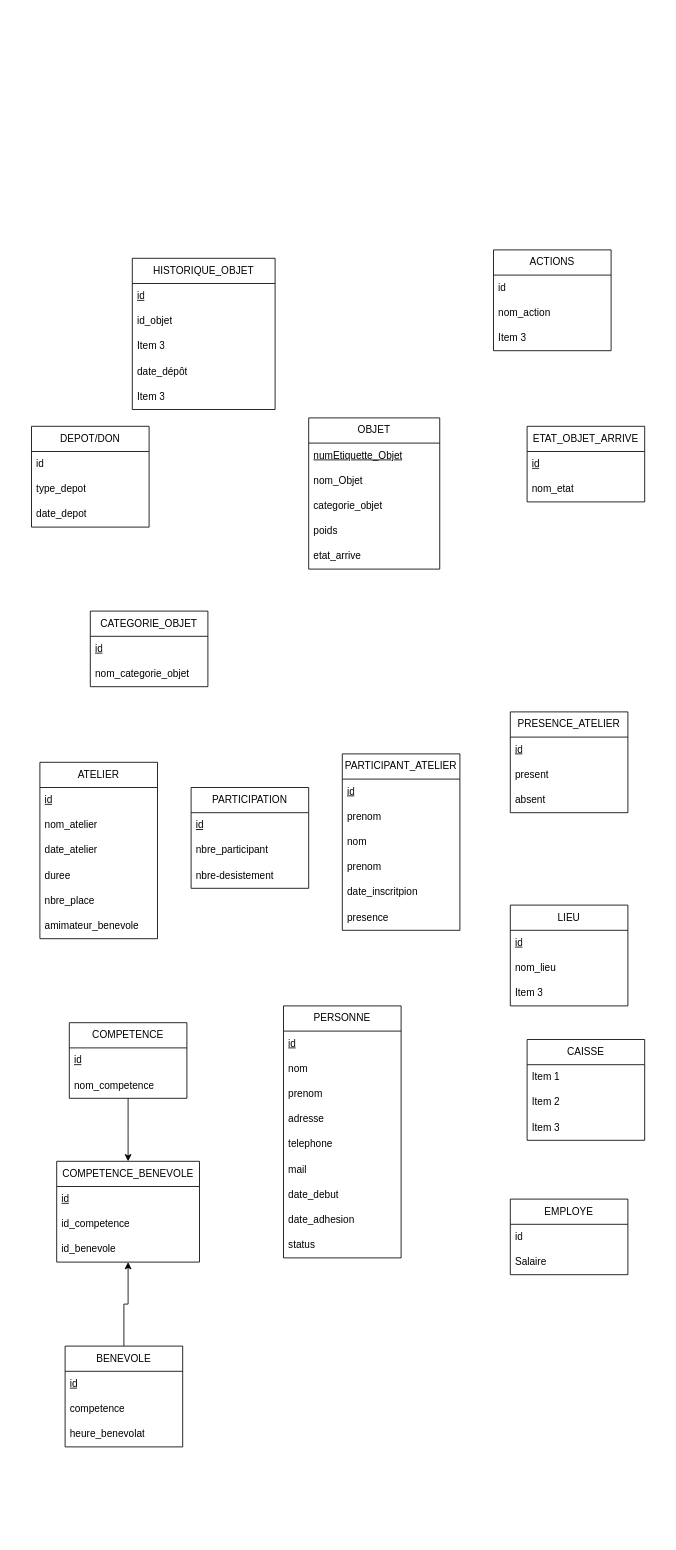
The draw.io diagram schema_EA_adatabase.drawio in gdiaby2403/repo1, before the edit. Source tidied: cells renumbered, new cells numbered last; positions are measured from the earlier drawing's top-left corner, leaving out a move shared by most shapes. Both pictures are drawn from the tidied source at 84%, with x=0, y=0 at pixel (31, 249).
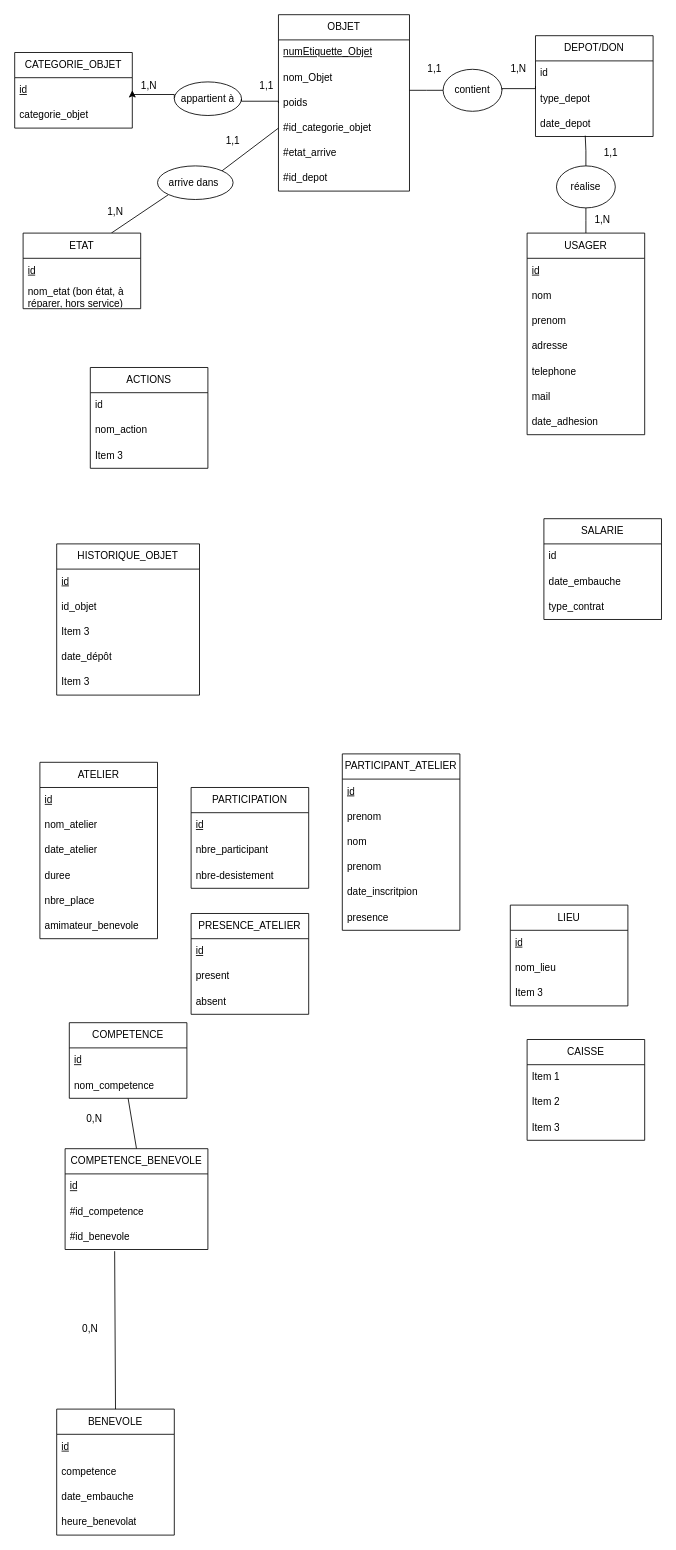
Above is the later version.

Commit message:
Mettre à jour schema_EA_adatabase.drawio

The change refers to these unchanged cells:
```xml
<mxCell id="25" value="&lt;u&gt;id&lt;/u&gt;" style="text;strokeColor=none;fillColor=none;align=left;verticalAlign=middle;spacingLeft=4;spacingRight=4;overflow=hidden;points=[[0,0.5],[1,0.5]];portConstraint=eastwest;whiteSpace=wrap;html=1;" parent="24" vertex="1">
  <mxGeometry y="30" width="140" height="30" as="geometry" />
</mxCell>
<mxCell id="41" value="COMPETENCE" style="swimlane;fontStyle=0;horizontal=1;startSize=30;whiteSpace=wrap;html=1;" parent="1" vertex="1">
  <mxGeometry x="45" y="920" width="140" height="90" as="geometry" />
</mxCell>
<mxCell id="47" value="date_depot" style="text;strokeColor=none;fillColor=none;align=left;verticalAlign=middle;spacingLeft=4;spacingRight=4;overflow=hidden;points=[[0,0.5],[1,0.5]];portConstraint=eastwest;whiteSpace=wrap;html=1;" parent="44" vertex="1">
  <mxGeometry y="90" width="140" height="30" as="geometry" />
</mxCell>
```

Change to the diagram source:
```diff
@@
+    <mxCell id="84" style="edgeStyle=elbowEdgeStyle;shape=wire;rounded=0;jettySize=auto;elbow=vertical;html=1;dashed=1;endArrow=none;endFill=0;" parent="1" edge="1" source="6" target="99">
+      <mxGeometry relative="1" as="geometry" />
+    </mxCell>
     <mxCell id="6" value="OBJET" style="swimlane;fontStyle=0;horizontal=1;startSize=30;whiteSpace=wrap;html=1;" parent="1" vertex="1">
-      <mxGeometry x="330" y="200" width="156" height="180" as="geometry" />
+      <mxGeometry x="294" y="-280" width="156" height="210" as="geometry" />
     </mxCell>
@@
+    <mxCell id="10" value="poids" style="text;strokeColor=none;fillColor=none;align=left;verticalAlign=middle;spacingLeft=4;spacingRight=4;overflow=hidden;points=[[0,0.5],[1,0.5]];portConstraint=eastwest;whiteSpace=wrap;html=1;" parent="6" vertex="1">
+      <mxGeometry y="90" width="156" height="30" as="geometry" />
+    </mxCell>
-    <mxCell id="9" value="categorie_objet" style="text;strokeColor=none;fillColor=none;align=left;verticalAlign=middle;spacingLeft=4;spacingRight=4;overflow=hidden;points=[[0,0.5],[1,0.5]];portConstraint=eastwest;whiteSpace=wrap;html=1;" parent="6" vertex="1">
-      <mxGeometry y="90" width="156" height="30" as="geometry" />
+    <mxCell id="9" value="#id_categorie_objet" style="text;strokeColor=none;fillColor=none;align=left;verticalAlign=middle;spacingLeft=4;spacingRight=4;overflow=hidden;points=[[0,0.5],[1,0.5]];portConstraint=eastwest;whiteSpace=wrap;html=1;" parent="6" vertex="1">
+      <mxGeometry y="120" width="156" height="30" as="geometry" />
     </mxCell>
-    <mxCell id="10" value="poids" style="text;strokeColor=none;fillColor=none;align=left;verticalAlign=middle;spacingLeft=4;spacingRight=4;overflow=hidden;points=[[0,0.5],[1,0.5]];portConstraint=eastwest;whiteSpace=wrap;html=1;" parent="6" vertex="1">
-      <mxGeometry y="120" width="156" height="30" as="geometry" />
-    </mxCell>
-    <mxCell id="11" value="etat_arrive" style="text;strokeColor=none;fillColor=none;align=left;verticalAlign=middle;spacingLeft=4;spacingRight=4;overflow=hidden;whiteSpace=wrap;html=1;" parent="6" vertex="1">
+    <mxCell id="11" value="#etat_arrive" style="text;strokeColor=none;fillColor=none;align=left;verticalAlign=middle;spacingLeft=4;spacingRight=4;overflow=hidden;whiteSpace=wrap;html=1;" parent="6" vertex="1">
       <mxGeometry y="150" width="156" height="30" as="geometry" />
     </mxCell>
+    <mxCell id="85" value="#id_depot" style="text;strokeColor=none;fillColor=none;align=left;verticalAlign=middle;spacingLeft=4;spacingRight=4;overflow=hidden;whiteSpace=wrap;html=1;" parent="6" vertex="1">
+      <mxGeometry y="180" width="156" height="30" as="geometry" />
+    </mxCell>
@@
-    <mxCell id="19" style="edgeStyle=elbowEdgeStyle;shape=wire;rounded=0;jettySize=auto;elbow=vertical;html=1;exitX=0.5;exitY=0;exitDx=0;exitDy=0;entryX=0.5;entryY=1;entryDx=0;entryDy=0;dashed=1;" parent="1" edge="1" source="20" target="80">
-      <mxGeometry relative="1" as="geometry" />
-    </mxCell>
     <mxCell id="20" value="BENEVOLE" style="swimlane;fontStyle=0;horizontal=1;startSize=30;whiteSpace=wrap;html=1;" parent="1" vertex="1">
-      <mxGeometry x="40" y="1305" width="140" height="120" as="geometry" />
+      <mxGeometry x="30" y="1380" width="140" height="150" as="geometry" />
     </mxCell>
@@
+    <mxCell id="86" value="date_embauche" style="text;strokeColor=none;fillColor=none;align=left;verticalAlign=middle;spacingLeft=4;spacingRight=4;overflow=hidden;whiteSpace=wrap;html=1;" parent="20" vertex="1">
+      <mxGeometry y="90" width="140" height="30" as="geometry" />
+    </mxCell>
     <mxCell id="23" value="heure_benevolat" style="text;strokeColor=none;fillColor=none;align=left;verticalAlign=middle;spacingLeft=4;spacingRight=4;overflow=hidden;whiteSpace=wrap;html=1;" parent="20" vertex="1">
-      <mxGeometry y="90" width="140" height="30" as="geometry" />
+      <mxGeometry y="120" width="140" height="30" as="geometry" />
     </mxCell>
     <mxCell id="24" value="CATEGORIE_OBJET" style="swimlane;fontStyle=0;horizontal=1;startSize=30;whiteSpace=wrap;html=1;" parent="1" vertex="1">
-      <mxGeometry x="70" y="430" width="140" height="90" as="geometry" />
+      <mxGeometry x="-20" y="-235" width="140" height="90" as="geometry" />
     </mxCell>
@@
-    <mxCell id="26" value="nom_categorie_objet" style="text;strokeColor=none;fillColor=none;align=left;verticalAlign=middle;spacingLeft=4;spacingRight=4;overflow=hidden;whiteSpace=wrap;html=1;" parent="24" vertex="1">
+    <mxCell id="26" value="categorie_objet" style="text;strokeColor=none;fillColor=none;align=left;verticalAlign=middle;spacingLeft=4;spacingRight=4;overflow=hidden;whiteSpace=wrap;html=1;" parent="24" vertex="1">
       <mxGeometry y="60" width="140" height="30" as="geometry" />
     </mxCell>
     <mxCell id="27" value="HISTORIQUE_OBJET" style="swimlane;fontStyle=0;horizontal=1;startSize=30;whiteSpace=wrap;html=1;" parent="1" vertex="1">
-      <mxGeometry x="120" y="10" width="170" height="180" as="geometry" />
+      <mxGeometry x="30" y="350" width="170" height="180" as="geometry" />
     </mxCell>
@@
+    <mxCell id="87" style="shape=wire;rounded=0;jettySize=auto;elbow=vertical;html=1;exitX=0.75;exitY=0;exitDx=0;exitDy=0;entryX=0;entryY=1;entryDx=0;entryDy=0;dashed=1;endArrow=none;endFill=0;" parent="1" edge="1" source="33" target="103">
+      <mxGeometry relative="1" as="geometry" />
+    </mxCell>
-    <mxCell id="33" value="ETAT_OBJET_ARRIVE" style="swimlane;fontStyle=0;horizontal=1;startSize=30;whiteSpace=wrap;html=1;" parent="1" vertex="1">
-      <mxGeometry x="590" y="210" width="140" height="90" as="geometry" />
+    <mxCell id="33" value="ETAT" style="swimlane;fontStyle=0;horizontal=1;startSize=30;whiteSpace=wrap;html=1;" parent="1" vertex="1">
+      <mxGeometry x="-10" y="-20" width="140" height="90" as="geometry" />
     </mxCell>
@@
-    <mxCell id="35" value="nom_etat" style="text;strokeColor=none;fillColor=none;align=left;verticalAlign=middle;spacingLeft=4;spacingRight=4;overflow=hidden;whiteSpace=wrap;html=1;" parent="33" vertex="1">
+    <mxCell id="35" value="nom_etat (bon état, à réparer, hors service)" style="text;strokeColor=none;fillColor=none;align=left;verticalAlign=middle;spacingLeft=4;spacingRight=4;overflow=hidden;whiteSpace=wrap;html=1;" parent="33" vertex="1">
       <mxGeometry y="60" width="140" height="30" as="geometry" />
     </mxCell>
     <mxCell id="36" value="ACTIONS" style="swimlane;fontStyle=0;horizontal=1;startSize=30;whiteSpace=wrap;html=1;" parent="1" vertex="1">
-      <mxGeometry x="550" width="140" height="120" as="geometry" />
+      <mxGeometry x="70" y="140" width="140" height="120" as="geometry" />
     </mxCell>
@@
-    <mxCell id="40" style="edgeStyle=elbowEdgeStyle;shape=wire;rounded=0;jettySize=auto;elbow=vertical;html=1;exitX=0.5;exitY=1;exitDx=0;exitDy=0;entryX=0.5;entryY=0;entryDx=0;entryDy=0;dashed=1;" parent="1" edge="1" source="41" target="80">
+    <mxCell id="40" style="shape=wire;rounded=0;jettySize=auto;elbow=vertical;html=1;exitX=0.5;exitY=1;exitDx=0;exitDy=0;entryX=0.5;entryY=0;entryDx=0;entryDy=0;dashed=1;endArrow=none;endFill=0;" parent="1" edge="1" source="41" target="80">
       <mxGeometry relative="1" as="geometry" />
     </mxCell>
@@
+    <mxCell id="88" style="edgeStyle=elbowEdgeStyle;shape=wire;rounded=0;jettySize=auto;elbow=vertical;html=1;exitX=0;exitY=0.5;exitDx=0;exitDy=0;entryX=1;entryY=0.5;entryDx=0;entryDy=0;dashed=1;endArrow=none;endFill=0;" parent="1" edge="1" source="44" target="99">
+      <mxGeometry relative="1" as="geometry" />
+    </mxCell>
     <mxCell id="44" value="DEPOT/DON" style="swimlane;fontStyle=0;horizontal=1;startSize=30;whiteSpace=wrap;html=1;" parent="1" vertex="1">
-      <mxGeometry y="210" width="140" height="120" as="geometry" />
+      <mxGeometry x="600" y="-255" width="140" height="120" as="geometry" />
     </mxCell>
@@
     <mxCell id="63" value="PRESENCE_ATELIER" style="swimlane;fontStyle=0;horizontal=1;startSize=30;whiteSpace=wrap;html=1;" parent="1" vertex="1">
-      <mxGeometry x="570" y="550" width="140" height="120" as="geometry" />
+      <mxGeometry x="190" y="790" width="140" height="120" as="geometry" />
     </mxCell>
@@
+    <mxCell id="89" style="edgeStyle=elbowEdgeStyle;shape=wire;rounded=0;jettySize=auto;elbow=vertical;html=1;exitX=0.5;exitY=0;exitDx=0;exitDy=0;entryX=0.5;entryY=1;entryDx=0;entryDy=0;dashed=1;endArrow=none;endFill=0;" parent="1" edge="1" source="67" target="106">
+      <mxGeometry relative="1" as="geometry" />
+    </mxCell>
-    <mxCell id="67" value="PERSONNE" style="swimlane;fontStyle=0;horizontal=1;startSize=30;whiteSpace=wrap;html=1;" parent="1" vertex="1">
-      <mxGeometry x="300" y="900" width="140" height="300" as="geometry" />
+    <mxCell id="67" value="USAGER" style="swimlane;fontStyle=0;horizontal=1;startSize=30;whiteSpace=wrap;html=1;" parent="1" vertex="1">
+      <mxGeometry x="590" y="-20" width="140" height="240" as="geometry" />
     </mxCell>
@@
-    <mxCell id="74" value="date_debut" style="text;strokeColor=none;fillColor=none;align=left;verticalAlign=middle;spacingLeft=4;spacingRight=4;overflow=hidden;whiteSpace=wrap;html=1;" parent="67" vertex="1">
-      <mxGeometry y="210" width="140" height="30" as="geometry" />
-    </mxCell>
     <mxCell id="75" value="date_adhesion" style="text;strokeColor=none;fillColor=none;align=left;verticalAlign=middle;spacingLeft=4;spacingRight=4;overflow=hidden;whiteSpace=wrap;html=1;" parent="67" vertex="1">
-      <mxGeometry y="240" width="140" height="30" as="geometry" />
+      <mxGeometry y="210" width="140" height="30" as="geometry" />
     </mxCell>
-    <mxCell id="76" value="status" style="text;strokeColor=none;fillColor=none;align=left;verticalAlign=middle;spacingLeft=4;spacingRight=4;overflow=hidden;whiteSpace=wrap;html=1;" parent="67" vertex="1">
-      <mxGeometry y="270" width="140" height="30" as="geometry" />
-    </mxCell>
-    <mxCell id="77" value="EMPLOYE" style="swimlane;fontStyle=0;horizontal=1;startSize=30;whiteSpace=wrap;html=1;" parent="1" vertex="1">
-      <mxGeometry x="570" y="1130" width="140" height="90" as="geometry" />
+    <mxCell id="77" value="SALARIE" style="swimlane;fontStyle=0;horizontal=1;startSize=30;whiteSpace=wrap;html=1;" parent="1" vertex="1">
+      <mxGeometry x="610" y="320" width="140" height="120" as="geometry" />
     </mxCell>
@@
+    <mxCell id="90" value="date_embauche" style="text;strokeColor=none;fillColor=none;align=left;verticalAlign=middle;spacingLeft=4;spacingRight=4;overflow=hidden;whiteSpace=wrap;html=1;" parent="77" vertex="1">
+      <mxGeometry y="60" width="140" height="30" as="geometry" />
+    </mxCell>
-    <mxCell id="79" value="Salaire" style="text;strokeColor=none;fillColor=none;align=left;verticalAlign=middle;spacingLeft=4;spacingRight=4;overflow=hidden;whiteSpace=wrap;html=1;" parent="77" vertex="1">
-      <mxGeometry y="60" width="140" height="30" as="geometry" />
+    <mxCell id="79" value="type_contrat" style="text;strokeColor=none;fillColor=none;align=left;verticalAlign=middle;spacingLeft=4;spacingRight=4;overflow=hidden;whiteSpace=wrap;html=1;" parent="77" vertex="1">
+      <mxGeometry y="90" width="140" height="30" as="geometry" />
     </mxCell>
     <mxCell id="80" value="COMPETENCE_BENEVOLE" style="swimlane;fontStyle=0;horizontal=1;startSize=30;whiteSpace=wrap;html=1;" parent="1" vertex="1">
-      <mxGeometry x="30" y="1085" width="170" height="120" as="geometry" />
+      <mxGeometry x="40" y="1070" width="170" height="120" as="geometry" />
     </mxCell>
@@
-    <mxCell id="82" value="id_competence" style="text;strokeColor=none;fillColor=none;align=left;verticalAlign=middle;spacingLeft=4;spacingRight=4;overflow=hidden;whiteSpace=wrap;html=1;" parent="80" vertex="1">
+    <mxCell id="82" value="#id_competence" style="text;strokeColor=none;fillColor=none;align=left;verticalAlign=middle;spacingLeft=4;spacingRight=4;overflow=hidden;whiteSpace=wrap;html=1;" parent="80" vertex="1">
       <mxGeometry y="60" width="170" height="30" as="geometry" />
     </mxCell>
-    <mxCell id="83" value="id_benevole" style="text;strokeColor=none;fillColor=none;align=left;verticalAlign=middle;spacingLeft=4;spacingRight=4;overflow=hidden;points=[[0,0.5],[1,0.5]];portConstraint=eastwest;whiteSpace=wrap;html=1;" parent="80" vertex="1">
+    <mxCell id="83" value="#id_benevole" style="text;strokeColor=none;fillColor=none;align=left;verticalAlign=middle;spacingLeft=4;spacingRight=4;overflow=hidden;points=[[0,0.5],[1,0.5]];portConstraint=eastwest;whiteSpace=wrap;html=1;" parent="80" vertex="1">
       <mxGeometry y="90" width="170" height="30" as="geometry" />
     </mxCell>
+    <mxCell id="91" value="0,N" style="text;html=1;whiteSpace=wrap;strokeColor=none;fillColor=none;align=center;verticalAlign=middle;rounded=0;" parent="1" vertex="1">
+      <mxGeometry x="40" y="1270" width="60" height="30" as="geometry" />
+    </mxCell>
+    <mxCell id="92" value="0,N" style="text;html=1;whiteSpace=wrap;strokeColor=none;fillColor=none;align=center;verticalAlign=middle;rounded=0;" parent="1" vertex="1">
+      <mxGeometry x="45" y="1020" width="60" height="30" as="geometry" />
+    </mxCell>
+    <mxCell id="93" style="shape=wire;rounded=0;jettySize=auto;elbow=vertical;html=1;exitX=0.5;exitY=0;exitDx=0;exitDy=0;entryX=0.347;entryY=1.067;entryDx=0;entryDy=0;entryPerimeter=0;dashed=1;endArrow=none;endFill=0;" parent="1" edge="1" source="20" target="83">
+      <mxGeometry relative="1" as="geometry" />
+    </mxCell>
+    <mxCell id="94" style="edgeStyle=elbowEdgeStyle;shape=wire;rounded=0;jettySize=auto;elbow=vertical;html=1;exitX=0;exitY=0.5;exitDx=0;exitDy=0;entryX=1;entryY=0.5;entryDx=0;entryDy=0;dashed=1;" parent="1" edge="1" source="95" target="25">
+      <mxGeometry relative="1" as="geometry" />
+    </mxCell>
+    <mxCell id="95" value="appartient à" style="ellipse;whiteSpace=wrap;html=1;shapeInside=1;" parent="1" vertex="1">
+      <mxGeometry x="170" y="-200" width="80" height="40" as="geometry" />
+    </mxCell>
+    <mxCell id="96" value="1,N" style="text;html=1;whiteSpace=wrap;strokeColor=none;fillColor=none;align=center;verticalAlign=middle;rounded=0;" parent="1" vertex="1">
+      <mxGeometry x="110" y="-210" width="60" height="30" as="geometry" />
+    </mxCell>
+    <mxCell id="97" style="edgeStyle=elbowEdgeStyle;shape=wire;rounded=0;jettySize=auto;elbow=vertical;html=1;exitX=0;exitY=1;exitDx=0;exitDy=0;entryX=0;entryY=0.5;entryDx=0;entryDy=0;dashed=1;endArrow=none;endFill=0;" parent="1" edge="1" source="98" target="10">
+      <mxGeometry relative="1" as="geometry" />
+    </mxCell>
+    <mxCell id="98" value="1,1" style="text;html=1;whiteSpace=wrap;strokeColor=none;fillColor=none;align=center;verticalAlign=middle;rounded=0;" parent="1" vertex="1">
+      <mxGeometry x="250" y="-210" width="60" height="30" as="geometry" />
+    </mxCell>
+    <mxCell id="99" value="contient" style="ellipse;whiteSpace=wrap;html=1;shapeInside=1;" parent="1" vertex="1">
+      <mxGeometry x="490" y="-215" width="70" height="50" as="geometry" />
+    </mxCell>
+    <mxCell id="100" value="1,N" style="text;html=1;whiteSpace=wrap;strokeColor=none;fillColor=none;align=center;verticalAlign=middle;rounded=0;" parent="1" vertex="1">
+      <mxGeometry x="550" y="-230" width="60" height="30" as="geometry" />
+    </mxCell>
+    <mxCell id="101" value="1,1" style="text;html=1;whiteSpace=wrap;strokeColor=none;fillColor=none;align=center;verticalAlign=middle;rounded=0;" parent="1" vertex="1">
+      <mxGeometry x="450" y="-230" width="60" height="30" as="geometry" />
+    </mxCell>
+    <mxCell id="102" style="shape=wire;rounded=0;jettySize=auto;elbow=vertical;html=1;exitX=1;exitY=0;exitDx=0;exitDy=0;entryX=0;entryY=0.5;entryDx=0;entryDy=0;dashed=1;endArrow=none;endFill=0;" parent="1" edge="1" source="103" target="9">
+      <mxGeometry relative="1" as="geometry" />
+    </mxCell>
+    <mxCell id="103" value="arrive dans&amp;nbsp;" style="ellipse;whiteSpace=wrap;html=1;shapeInside=1;" parent="1" vertex="1">
+      <mxGeometry x="150" y="-100" width="90" height="40" as="geometry" />
+    </mxCell>
+    <mxCell id="104" value="1,1" style="text;html=1;whiteSpace=wrap;strokeColor=none;fillColor=none;align=center;verticalAlign=middle;rounded=0;" parent="1" vertex="1">
+      <mxGeometry x="210" y="-145" width="60" height="30" as="geometry" />
+    </mxCell>
+    <mxCell id="105" value="1,N" style="text;html=1;whiteSpace=wrap;strokeColor=none;fillColor=none;align=center;verticalAlign=middle;rounded=0;" parent="1" vertex="1">
+      <mxGeometry x="70" y="-60" width="60" height="30" as="geometry" />
+    </mxCell>
+    <mxCell id="106" value="réalise" style="ellipse;whiteSpace=wrap;html=1;shapeInside=1;" parent="1" vertex="1">
+      <mxGeometry x="625" y="-100" width="70" height="50" as="geometry" />
+    </mxCell>
+    <mxCell id="107" style="edgeStyle=elbowEdgeStyle;shape=wire;rounded=0;jettySize=auto;elbow=vertical;html=1;exitX=0.5;exitY=0;exitDx=0;exitDy=0;entryX=0.423;entryY=0.967;entryDx=0;entryDy=0;entryPerimeter=0;dashed=1;endArrow=none;endFill=0;" parent="1" edge="1" source="106" target="47">
+      <mxGeometry relative="1" as="geometry" />
+    </mxCell>
+    <mxCell id="108" value="1,N" style="text;html=1;whiteSpace=wrap;strokeColor=none;fillColor=none;align=center;verticalAlign=middle;rounded=0;" parent="1" vertex="1">
+      <mxGeometry x="650" y="-50" width="60" height="30" as="geometry" />
+    </mxCell>
+    <mxCell id="109" value="1,1" style="text;html=1;whiteSpace=wrap;strokeColor=none;fillColor=none;align=center;verticalAlign=middle;rounded=0;" parent="1" vertex="1">
+      <mxGeometry x="660" y="-130" width="60" height="30" as="geometry" />
+    </mxCell>
```
